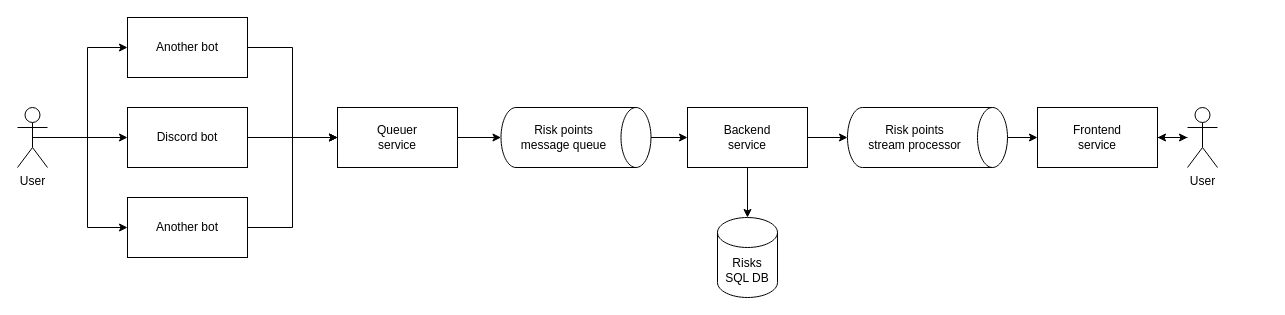
This is page "Page-1" (1 of 2) of riskaway_arch.drawio from riskaway/architecture, a draw.io file, before an edit. Source tidied: cells renumbered, new cells numbered last; positions are measured from the earlier drawing's top-left corner, leaving out a move shared by most shapes. Both pictures are drawn from the tidied source at 100%, with x=0, y=0 at pixel (17, 17).
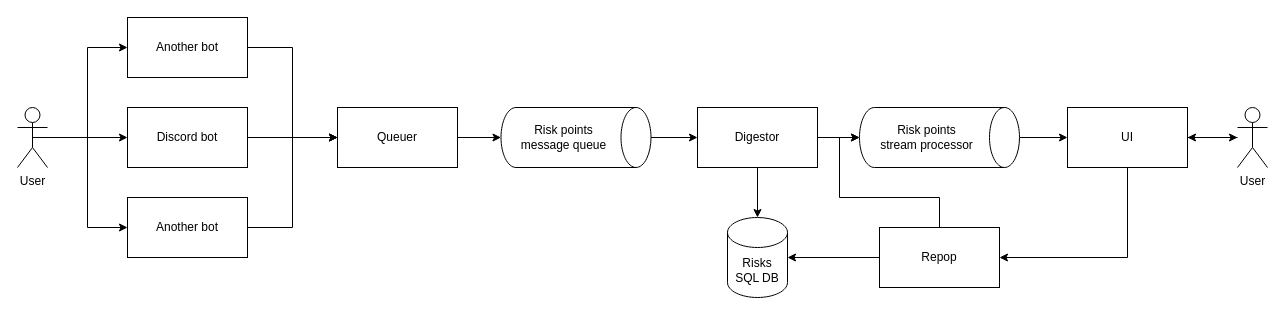
Above is the later version.

Commit message (it also covers changes not shown here):
Add repopulator service to architecture diagram

Change to the diagram source:
```diff
@@
-    <mxCell id="5" style="edgeStyle=orthogonalEdgeStyle;rounded=0;jettySize=auto;html=1;" parent="1" edge="1" source="6" target="11">
+    <mxCell id="5" style="edgeStyle=orthogonalEdgeStyle;rounded=0;jettySize=auto;html=1;entryX=0.5;entryY=1;entryDx=0;entryDy=0;entryPerimeter=0;" parent="1" edge="1" source="6" target="11">
       <mxGeometry relative="1" as="geometry" />
     </mxCell>
-    <mxCell id="6" value="Backend&lt;br&gt;service" style="rounded=0;whiteSpace=wrap;html=1;" parent="1" vertex="1">
-      <mxGeometry x="670" y="90" width="120" height="60" as="geometry" />
+    <mxCell id="6" value="Digestor" style="rounded=0;whiteSpace=wrap;html=1;" parent="1" vertex="1">
+      <mxGeometry x="680" y="90" width="120" height="60" as="geometry" />
     </mxCell>
     <mxCell id="7" value="Risks&lt;br&gt;SQL DB" style="shape=cylinder3;whiteSpace=wrap;html=1;boundedLbl=1;backgroundOutline=1;size=15;" parent="1" vertex="1">
-      <mxGeometry x="700" y="200" width="60" height="80" as="geometry" />
+      <mxGeometry x="710" y="200" width="60" height="80" as="geometry" />
     </mxCell>
@@
     <mxCell id="11" value="Risk points&lt;br&gt;stream processor" style="shape=cylinder3;whiteSpace=wrap;html=1;boundedLbl=1;backgroundOutline=1;size=15;direction=south;" parent="1" vertex="1">
-      <mxGeometry x="830" y="90" width="160" height="60" as="geometry" />
+      <mxGeometry x="842" y="90" width="160" height="60" as="geometry" />
     </mxCell>
@@
+    <mxCell id="26" style="edgeStyle=orthogonalEdgeStyle;rounded=0;jettySize=auto;html=1;exitX=0.5;exitY=1;exitDx=0;exitDy=0;entryX=1;entryY=0.5;entryDx=0;entryDy=0;" parent="1" edge="1" source="13" target="29">
+      <mxGeometry relative="1" as="geometry" />
+    </mxCell>
-    <mxCell id="13" value="Frontend&lt;br&gt;service" style="rounded=0;whiteSpace=wrap;html=1;" parent="1" vertex="1">
-      <mxGeometry x="1020" y="90" width="120" height="60" as="geometry" />
+    <mxCell id="13" value="UI" style="rounded=0;whiteSpace=wrap;html=1;" parent="1" vertex="1">
+      <mxGeometry x="1050" y="90" width="120" height="60" as="geometry" />
     </mxCell>
@@
     <mxCell id="19" value="User" style="shape=umlActor;verticalLabelPosition=bottom;verticalAlign=top;html=1;outlineConnect=0;" parent="1" vertex="1">
-      <mxGeometry x="1170" y="90" width="30" height="60" as="geometry" />
+      <mxGeometry x="1220" y="90" width="30" height="60" as="geometry" />
     </mxCell>
@@
-    <mxCell id="21" value="Queuer&lt;br&gt;service" style="rounded=0;whiteSpace=wrap;html=1;" parent="1" vertex="1">
+    <mxCell id="21" value="Queuer" style="rounded=0;whiteSpace=wrap;html=1;" parent="1" vertex="1">
       <mxGeometry x="320" y="90" width="120" height="60" as="geometry" />
     </mxCell>
@@
+    <mxCell id="27" style="edgeStyle=orthogonalEdgeStyle;rounded=0;jettySize=auto;html=1;" parent="1" edge="1" source="29">
+      <mxGeometry relative="1" as="geometry">
+        <mxPoint x="770" y="240" as="targetPoint" />
+      </mxGeometry>
+    </mxCell>
+    <mxCell id="28" style="edgeStyle=orthogonalEdgeStyle;rounded=0;jettySize=auto;html=1;entryX=0.5;entryY=1;entryDx=0;entryDy=0;entryPerimeter=0;" parent="1" edge="1" source="29" target="11">
+      <mxGeometry relative="1" as="geometry">
+        <Array as="points">
+          <mxPoint x="922" y="180" />
+          <mxPoint x="822" y="180" />
+          <mxPoint x="822" y="120" />
+        </Array>
+      </mxGeometry>
+    </mxCell>
+    <mxCell id="29" value="Repop" style="rounded=0;whiteSpace=wrap;html=1;" parent="1" vertex="1">
+      <mxGeometry x="862" y="210" width="120" height="60" as="geometry" />
+    </mxCell>
```
